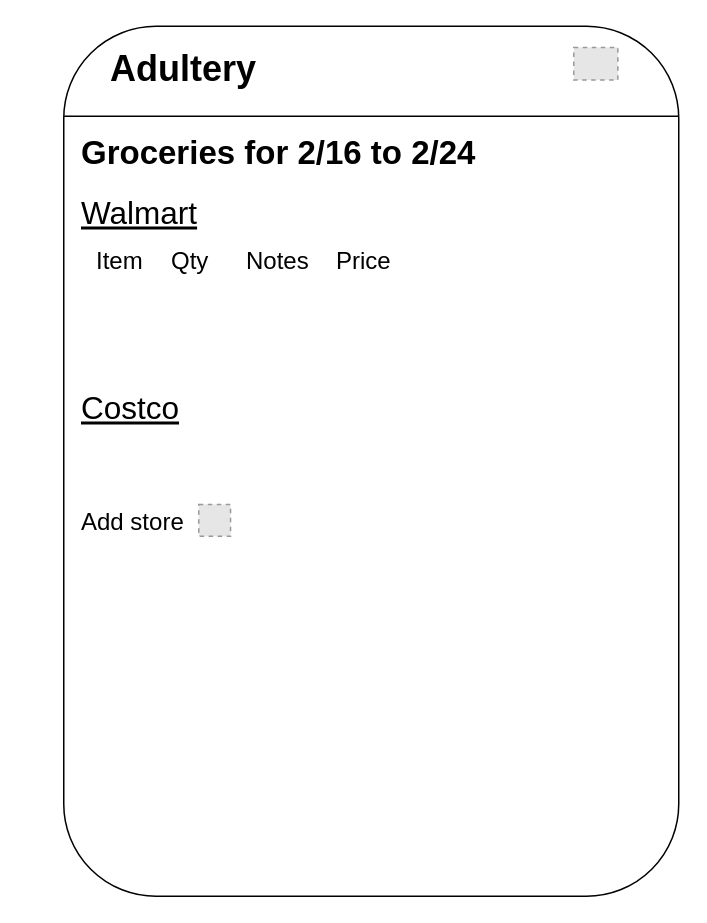
jadenmounteer/adultery keeps this draw.io diagram as page "Shopping List" (6 of 14) of tubular mockups.drawio. Above is the earlier version. Source tidied: cells renumbered, new cells numbered last; positions are measured from the earlier drawing's top-left corner, leaving out a move shared by most shapes. Both pictures are drawn from the tidied source at 150%, with x=0, y=0 at pixel (26, 26). Pictures stored in the file or linked from it are replaced by grey dashed boxes.
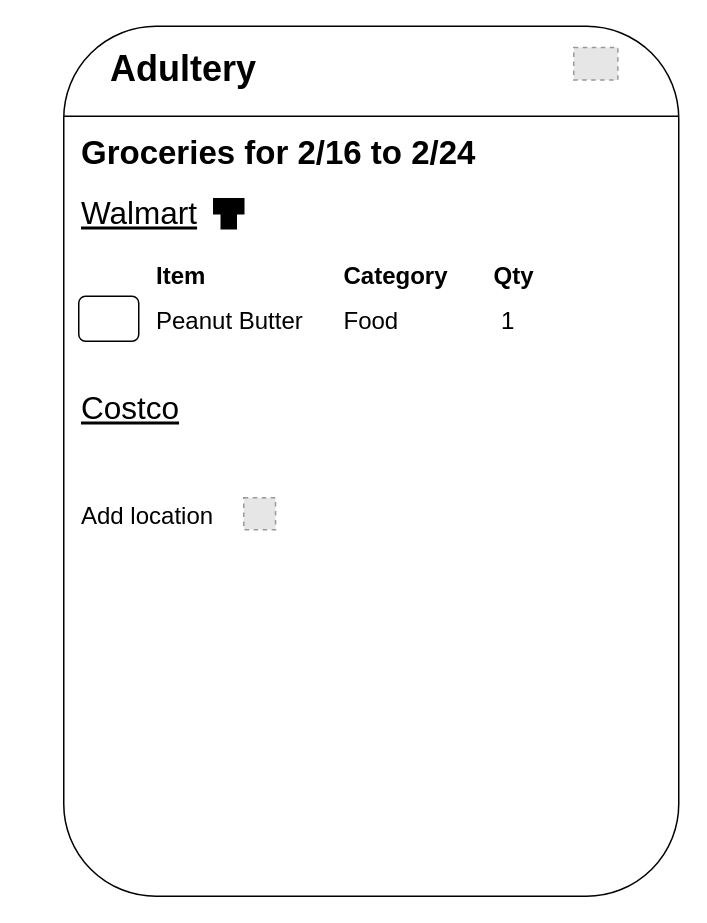
After the change.

Change to the diagram source:
```diff
@@
     <mxCell id="9" style="fillColor=#E6E6E6;strokeColor=#999999;dashed=1;verticalLabelPosition=bottom;labelBackgroundColor=default;verticalAlign=top;" parent="1" vertex="1">
-      <mxGeometry x="115" y="318.8" width="21.2" height="21.2" as="geometry" />
+      <mxGeometry x="145" y="314.4" width="21.2" height="21.2" as="geometry" />
     </mxCell>
-    <mxCell id="10" value="&lt;font style=&quot;font-size: 16px;&quot;&gt;Add store&lt;/font&gt;" style="text;html=1;strokeColor=none;fillColor=none;align=left;verticalAlign=middle;whiteSpace=wrap;rounded=0;fontSize=22;" parent="1" vertex="1">
-      <mxGeometry x="35" y="314.4" width="230" height="30" as="geometry" />
+    <mxCell id="10" value="&lt;font style=&quot;font-size: 16px;&quot;&gt;Add location&lt;/font&gt;" style="text;html=1;strokeColor=none;fillColor=none;align=left;verticalAlign=middle;whiteSpace=wrap;rounded=0;fontSize=22;" parent="1" vertex="1">
+      <mxGeometry x="35" y="310" width="110" height="30" as="geometry" />
     </mxCell>
-    <mxCell id="11" value="&lt;span style=&quot;font-size: 16px;&quot;&gt;Item&lt;/span&gt;" style="text;html=1;strokeColor=none;fillColor=none;align=left;verticalAlign=middle;whiteSpace=wrap;rounded=0;fontSize=22;" parent="1" vertex="1">
-      <mxGeometry x="45" y="140" width="40" height="30" as="geometry" />
+    <mxCell id="11" value="&lt;span style=&quot;font-size: 16px;&quot;&gt;&lt;b&gt;Item&lt;/b&gt;&lt;/span&gt;" style="text;html=1;strokeColor=none;fillColor=none;align=left;verticalAlign=middle;whiteSpace=wrap;rounded=0;fontSize=22;" parent="1" vertex="1">
+      <mxGeometry x="85" y="150" width="40" height="30" as="geometry" />
     </mxCell>
-    <mxCell id="12" value="&lt;span style=&quot;font-size: 16px;&quot;&gt;Qty&lt;/span&gt;" style="text;html=1;strokeColor=none;fillColor=none;align=left;verticalAlign=middle;whiteSpace=wrap;rounded=0;fontSize=22;" parent="1" vertex="1">
-      <mxGeometry x="95" y="140" width="29.4" height="30" as="geometry" />
+    <mxCell id="12" value="&lt;span style=&quot;font-size: 16px;&quot;&gt;&lt;b&gt;Category&lt;/b&gt;&lt;/span&gt;" style="text;html=1;strokeColor=none;fillColor=none;align=left;verticalAlign=middle;whiteSpace=wrap;rounded=0;fontSize=22;" parent="1" vertex="1">
+      <mxGeometry x="210" y="150" width="29.4" height="30" as="geometry" />
     </mxCell>
-    <mxCell id="13" value="&lt;span style=&quot;font-size: 16px;&quot;&gt;Notes&lt;/span&gt;" style="text;html=1;strokeColor=none;fillColor=none;align=left;verticalAlign=middle;whiteSpace=wrap;rounded=0;fontSize=22;" parent="1" vertex="1">
-      <mxGeometry x="145" y="140" width="40" height="30" as="geometry" />
-    </mxCell>
-    <mxCell id="14" value="&lt;span style=&quot;font-size: 16px;&quot;&gt;Price&lt;/span&gt;" style="text;html=1;strokeColor=none;fillColor=none;align=left;verticalAlign=middle;whiteSpace=wrap;rounded=0;fontSize=22;" parent="1" vertex="1">
-      <mxGeometry x="205" y="140" width="40" height="30" as="geometry" />
-    </mxCell>
+    <mxCell id="15" value="&lt;span style=&quot;font-size: 16px;&quot;&gt;&lt;b&gt;Qty&lt;/b&gt;&lt;/span&gt;" style="text;html=1;strokeColor=none;fillColor=none;align=left;verticalAlign=middle;whiteSpace=wrap;rounded=0;fontSize=22;" parent="1" vertex="1">
+      <mxGeometry x="310" y="150" width="29.4" height="30" as="geometry" />
+    </mxCell>
+    <mxCell id="16" style="rounded=1;whiteSpace=wrap;html=1;" parent="1" vertex="1">
+      <mxGeometry x="35" y="180" width="40" height="30" as="geometry" />
+    </mxCell>
+    <mxCell id="17" value="&lt;span style=&quot;font-size: 16px;&quot;&gt;Peanut Butter&lt;/span&gt;" style="text;html=1;strokeColor=none;fillColor=none;align=left;verticalAlign=middle;whiteSpace=wrap;rounded=0;fontSize=22;" parent="1" vertex="1">
+      <mxGeometry x="85" y="180" width="100" height="30" as="geometry" />
+    </mxCell>
+    <mxCell id="18" value="&lt;span style=&quot;font-size: 16px;&quot;&gt;Food&lt;/span&gt;" style="text;html=1;strokeColor=none;fillColor=none;align=left;verticalAlign=middle;whiteSpace=wrap;rounded=0;fontSize=22;" parent="1" vertex="1">
+      <mxGeometry x="210" y="180" width="105" height="30" as="geometry" />
+    </mxCell>
+    <mxCell id="19" value="&lt;span style=&quot;font-size: 16px;&quot;&gt;1&lt;/span&gt;" style="text;html=1;strokeColor=none;fillColor=none;align=left;verticalAlign=middle;whiteSpace=wrap;rounded=0;fontSize=22;" parent="1" vertex="1">
+      <mxGeometry x="315" y="180" width="100" height="30" as="geometry" />
+    </mxCell>
+    <mxCell id="20" style="shape=tee;whiteSpace=wrap;html=1;fillColor=#000000;dx=10;dy=10;" parent="1" vertex="1">
+      <mxGeometry x="125" y="115" width="20" height="20" as="geometry" />
+    </mxCell>
```
